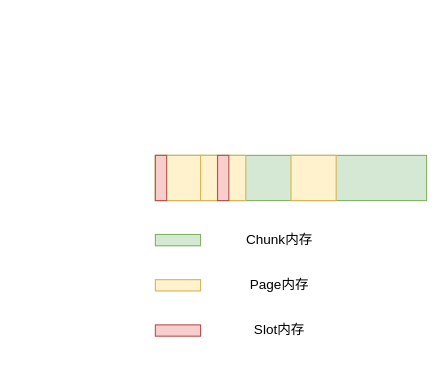
This is page "第 1 页" (1 of 2) of image/php.drawio from hahwu/tomato, a draw.io file, before an edit. Source tidied: cells renumbered, new cells numbered last; positions are measured from the earlier drawing's top-left corner, leaving out a move shared by most shapes. Both pictures are drawn from the tidied source at 113%, with x=0, y=0 at pixel (155, 155).
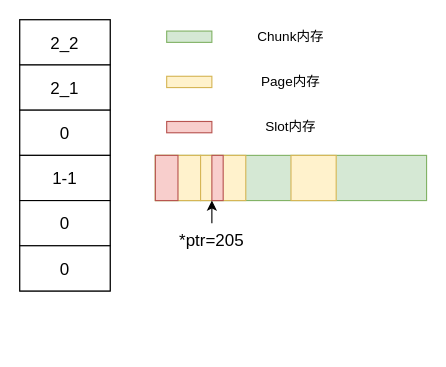
The same page after the edit.

The edit, as a diff of the source:
```diff
@@
     <mxCell id="3" style="rounded=0;whiteSpace=wrap;html=1;fillColor=#d5e8d4;strokeColor=#82b366;" parent="1" vertex="1">
-      <mxGeometry y="70" width="40" height="10" as="geometry" />
+      <mxGeometry x="10" y="-110" width="40" height="10" as="geometry" />
     </mxCell>
@@
     <mxCell id="5" style="rounded=0;whiteSpace=wrap;html=1;fillColor=#f8cecc;strokeColor=#b85450;" parent="1" vertex="1">
-      <mxGeometry width="10" height="40" as="geometry" />
+      <mxGeometry width="20" height="40" as="geometry" />
     </mxCell>
@@
     <mxCell id="7" style="rounded=0;whiteSpace=wrap;html=1;fillColor=#f8cecc;strokeColor=#b85450;" parent="1" vertex="1">
-      <mxGeometry x="55" width="10" height="40" as="geometry" />
+      <mxGeometry x="50" width="10" height="40" as="geometry" />
     </mxCell>
@@
     <mxCell id="9" value="Chunk内存" style="text;html=1;strokeColor=none;fillColor=none;align=center;verticalAlign=middle;whiteSpace=wrap;rounded=0;" parent="1" vertex="1">
-      <mxGeometry x="50" y="60" width="120" height="30" as="geometry" />
+      <mxGeometry x="60" y="-120" width="120" height="30" as="geometry" />
     </mxCell>
     <mxCell id="10" style="rounded=0;whiteSpace=wrap;html=1;fillColor=#f8cecc;strokeColor=#b85450;" parent="1" vertex="1">
-      <mxGeometry y="150" width="40" height="10" as="geometry" />
+      <mxGeometry x="10" y="-30" width="40" height="10" as="geometry" />
     </mxCell>
     <mxCell id="11" style="rounded=0;whiteSpace=wrap;html=1;fillColor=#fff2cc;strokeColor=#d6b656;" parent="1" vertex="1">
-      <mxGeometry y="110" width="40" height="10" as="geometry" />
+      <mxGeometry x="10" y="-70" width="40" height="10" as="geometry" />
     </mxCell>
     <mxCell id="12" value="Page内存" style="text;html=1;strokeColor=none;fillColor=none;align=center;verticalAlign=middle;whiteSpace=wrap;rounded=0;" parent="1" vertex="1">
-      <mxGeometry x="50" y="100" width="120" height="30" as="geometry" />
+      <mxGeometry x="60" y="-80" width="120" height="30" as="geometry" />
     </mxCell>
     <mxCell id="13" value="Slot内存" style="text;html=1;strokeColor=none;fillColor=none;align=center;verticalAlign=middle;whiteSpace=wrap;rounded=0;" parent="1" vertex="1">
-      <mxGeometry x="50" y="140" width="120" height="30" as="geometry" />
+      <mxGeometry x="60" y="-40" width="120" height="30" as="geometry" />
     </mxCell>
+    <mxCell id="14" style="rounded=0;whiteSpace=wrap;html=1;" parent="1" vertex="1">
+      <mxGeometry x="-120" y="-120" width="80" height="240" as="geometry" />
+    </mxCell>
+    <mxCell id="15" value="&lt;font style=&quot;font-size: 15px&quot;&gt;2_2&lt;/font&gt;" style="rounded=0;whiteSpace=wrap;html=1;" parent="1" vertex="1">
+      <mxGeometry x="-120" y="-120" width="80" height="40" as="geometry" />
+    </mxCell>
+    <mxCell id="16" value="2_1" style="rounded=0;whiteSpace=wrap;html=1;fontSize=15;fillColor=#FFFFFF;" parent="1" vertex="1">
+      <mxGeometry x="-120" y="-80" width="80" height="40" as="geometry" />
+    </mxCell>
+    <mxCell id="17" value="0" style="rounded=0;whiteSpace=wrap;html=1;fontSize=15;fillColor=#FFFFFF;" parent="1" vertex="1">
+      <mxGeometry x="-120" y="-40" width="80" height="40" as="geometry" />
+    </mxCell>
+    <mxCell id="18" value="1-1" style="rounded=0;whiteSpace=wrap;html=1;fontSize=15;fillColor=#FFFFFF;" parent="1" vertex="1">
+      <mxGeometry x="-120" width="80" height="40" as="geometry" />
+    </mxCell>
+    <mxCell id="19" value="0" style="rounded=0;whiteSpace=wrap;html=1;fontSize=15;fillColor=#FFFFFF;" parent="1" vertex="1">
+      <mxGeometry x="-120" y="40" width="80" height="40" as="geometry" />
+    </mxCell>
+    <mxCell id="20" value="0" style="rounded=0;whiteSpace=wrap;html=1;fontSize=15;fillColor=#FFFFFF;" parent="1" vertex="1">
+      <mxGeometry x="-120" y="80" width="80" height="40" as="geometry" />
+    </mxCell>
+    <mxCell id="21" style="endArrow=classic;html=1;fontSize=15;entryX=0;entryY=1;entryDx=0;entryDy=0;" parent="1" edge="1" source="22" target="7">
+      <mxGeometry relative="1" as="geometry" />
+    </mxCell>
+    <mxCell id="22" value="*ptr=205" style="text;html=1;strokeColor=none;fillColor=none;align=center;verticalAlign=middle;whiteSpace=wrap;rounded=0;fontSize=15;" parent="1" vertex="1">
+      <mxGeometry x="30" y="60" width="40" height="30" as="geometry" />
+    </mxCell>
```
